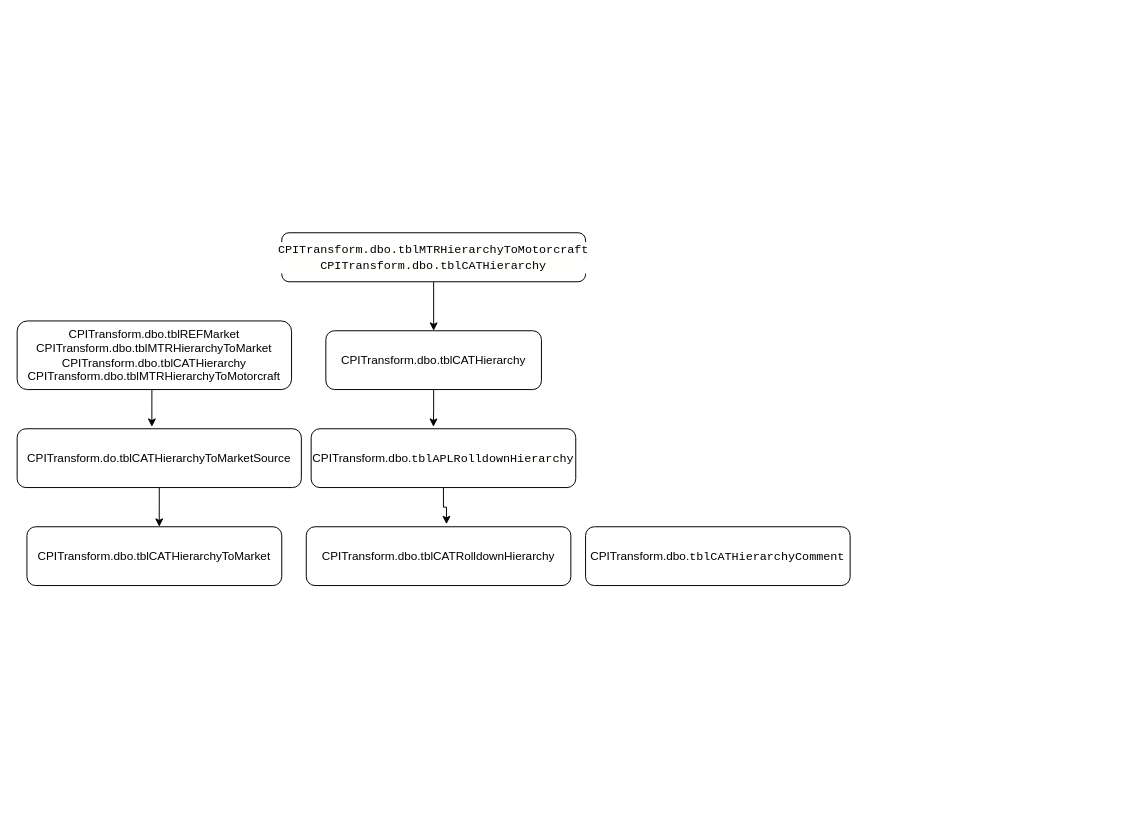
Earlier version of the draw.io diagram Untitled Diagram.drawio (kmalawska/test). Source tidied: cells renumbered, new cells numbered last; positions are measured from the earlier drawing's top-left corner, leaving out a move shared by most shapes. Both pictures are drawn from the tidied source at 98%, with x=0, y=0 at pixel (17, 232).
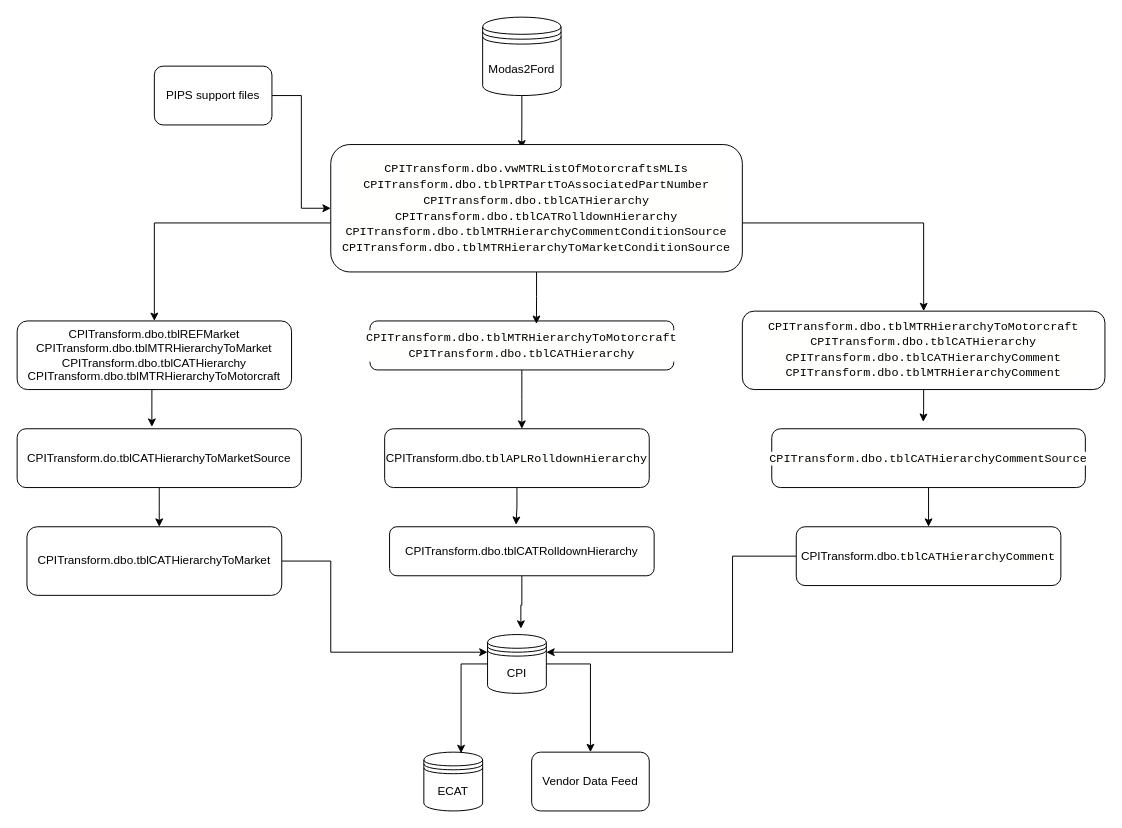
After the change.

Unchanged cells that the change refers to:
```xml
<mxCell id="8" value="CPITransform.dbo.tblREFMarket CPITransform.dbo.tblMTRHierarchyToMarket&lt;br&gt;CPITransform.dbo.tblCATHierarchy&lt;br&gt;CPITransform.dbo.tblMTRHierarchyToMotorcraft" style="rounded=1;whiteSpace=wrap;html=1;" parent="1" vertex="1">
  <mxGeometry y="90" width="280" height="70" as="geometry" />
</mxCell>
```

The edit, as a diff of the source:
```diff
@@
+    <mxCell id="15" style="edgeStyle=orthogonalEdgeStyle;rounded=0;jettySize=auto;html=1;entryX=0;entryY=0.3;entryDx=0;entryDy=0;" parent="1" edge="1" source="2" target="27">
+      <mxGeometry relative="1" as="geometry">
+        <Array as="points">
+          <mxPoint x="320" y="335" />
+          <mxPoint x="320" y="428" />
+        </Array>
+      </mxGeometry>
+    </mxCell>
     <mxCell id="2" value="CPITransform.dbo.tblCATHierarchyToMarket" style="rounded=1;whiteSpace=wrap;html=1;" parent="1" vertex="1">
-      <mxGeometry x="10" y="300" width="260" height="60" as="geometry" />
+      <mxGeometry x="10" y="300" width="260" height="70" as="geometry" />
     </mxCell>
+    <mxCell id="16" style="edgeStyle=orthogonalEdgeStyle;rounded=0;jettySize=auto;html=1;entryX=0.567;entryY=-0.1;entryDx=0;entryDy=0;entryPerimeter=0;" parent="1" edge="1" source="3" target="27">
+      <mxGeometry relative="1" as="geometry" />
+    </mxCell>
     <mxCell id="3" value="CPITransform.dbo.tblCATRolldownHierarchy" style="rounded=1;whiteSpace=wrap;html=1;" parent="1" vertex="1">
-      <mxGeometry x="295" y="300" width="270" height="60" as="geometry" />
+      <mxGeometry x="380" y="300" width="270" height="50" as="geometry" />
     </mxCell>
+    <mxCell id="17" style="edgeStyle=orthogonalEdgeStyle;rounded=0;jettySize=auto;html=1;entryX=1;entryY=0.3;entryDx=0;entryDy=0;" parent="1" edge="1" source="4" target="27">
+      <mxGeometry relative="1" as="geometry">
+        <Array as="points">
+          <mxPoint x="730" y="330" />
+          <mxPoint x="730" y="428" />
+        </Array>
+      </mxGeometry>
+    </mxCell>
     <mxCell id="4" value="CPITransform.dbo.&lt;span style=&quot;background-color: rgb(255 , 255 , 254) ; font-family: &amp;#34;consolas&amp;#34; , &amp;#34;courier new&amp;#34; , monospace&quot;&gt;tblCATHierarchyComment&lt;/span&gt;" style="rounded=1;whiteSpace=wrap;html=1;" parent="1" vertex="1">
-      <mxGeometry x="580" y="300" width="270" height="60" as="geometry" />
+      <mxGeometry x="795" y="300" width="270" height="60" as="geometry" />
     </mxCell>
@@
-    <mxCell id="9" style="edgeStyle=orthogonalEdgeStyle;rounded=0;jettySize=auto;html=1;entryX=0.53;entryY=-0.044;entryDx=0;entryDy=0;entryPerimeter=0;" parent="1" edge="1" source="10" target="3">
+    <mxCell id="9" style="edgeStyle=orthogonalEdgeStyle;rounded=0;jettySize=auto;html=1;entryX=0.478;entryY=-0.04;entryDx=0;entryDy=0;entryPerimeter=0;" parent="1" edge="1" source="10" target="3">
       <mxGeometry relative="1" as="geometry" />
     </mxCell>
     <mxCell id="10" value="CPITransform.dbo.&lt;span style=&quot;background-color: rgb(255 , 255 , 254) ; font-family: &amp;#34;consolas&amp;#34; , &amp;#34;courier new&amp;#34; , monospace&quot;&gt;tblAPLRolldownHierarchy&lt;/span&gt;" style="rounded=1;whiteSpace=wrap;html=1;" parent="1" vertex="1">
-      <mxGeometry x="300" y="200" width="270" height="60" as="geometry" />
+      <mxGeometry x="375" y="200" width="270" height="60" as="geometry" />
     </mxCell>
-    <mxCell id="11" style="edgeStyle=orthogonalEdgeStyle;rounded=0;jettySize=auto;html=1;entryX=0.462;entryY=-0.033;entryDx=0;entryDy=0;entryPerimeter=0;" parent="1" edge="1" source="12" target="10">
-      <mxGeometry relative="1" as="geometry" />
-    </mxCell>
-    <mxCell id="12" value="CPITransform.dbo.tblCATHierarchy" style="rounded=1;whiteSpace=wrap;html=1;" parent="1" vertex="1">
-      <mxGeometry x="315" y="100" width="220" height="60" as="geometry" />
-    </mxCell>
-    <mxCell id="13" style="edgeStyle=orthogonalEdgeStyle;rounded=0;jettySize=auto;html=1;entryX=0.5;entryY=0;entryDx=0;entryDy=0;" parent="1" edge="1" source="14" target="12">
-      <mxGeometry relative="1" as="geometry" />
-    </mxCell>
+    <mxCell id="18" style="edgeStyle=orthogonalEdgeStyle;rounded=0;jettySize=auto;html=1;" parent="1" edge="1" source="14">
+      <mxGeometry relative="1" as="geometry">
+        <mxPoint x="515" y="200" as="targetPoint" />
+      </mxGeometry>
+    </mxCell>
     <mxCell id="14" value="&lt;div style=&quot;background-color: rgb(255 , 255 , 254) ; font-family: &amp;#34;consolas&amp;#34; , &amp;#34;courier new&amp;#34; , monospace ; line-height: 16px&quot;&gt;CPITransform.dbo.tblMTRHierarchyToMotorcraft&lt;/div&gt;&lt;div style=&quot;background-color: rgb(255 , 255 , 254) ; font-family: &amp;#34;consolas&amp;#34; , &amp;#34;courier new&amp;#34; , monospace ; line-height: 16px&quot;&gt;&lt;div style=&quot;line-height: 16px&quot;&gt;CPITransform.dbo.tblCATHierarchy&lt;/div&gt;&lt;/div&gt;" style="rounded=1;whiteSpace=wrap;html=1;" parent="1" vertex="1">
-      <mxGeometry x="270" width="310" height="50" as="geometry" />
+      <mxGeometry x="360" y="90" width="310" height="50" as="geometry" />
     </mxCell>
+    <mxCell id="19" style="edgeStyle=orthogonalEdgeStyle;rounded=0;jettySize=auto;html=1;entryX=0.483;entryY=-0.117;entryDx=0;entryDy=0;entryPerimeter=0;" parent="1" edge="1" source="20" target="22">
+      <mxGeometry relative="1" as="geometry" />
+    </mxCell>
+    <mxCell id="20" value="&lt;span style=&quot;font-family: &amp;#34;consolas&amp;#34; , &amp;#34;courier new&amp;#34; , monospace ; background-color: rgb(255 , 255 , 254)&quot;&gt;CPITransform.dbo.&lt;/span&gt;&lt;span style=&quot;background-color: rgb(255 , 255 , 254) ; font-family: &amp;#34;consolas&amp;#34; , &amp;#34;courier new&amp;#34; , monospace&quot;&gt;tblMTRHierarchyToMotorcraft&lt;/span&gt;&lt;span style=&quot;font-family: &amp;#34;consolas&amp;#34; , &amp;#34;courier new&amp;#34; , monospace ; background-color: rgb(255 , 255 , 254)&quot;&gt;&lt;br&gt;&lt;/span&gt;&lt;div style=&quot;background-color: rgb(255 , 255 , 254) ; font-family: &amp;#34;consolas&amp;#34; , &amp;#34;courier new&amp;#34; , monospace ; line-height: 16px&quot;&gt;&lt;div style=&quot;font-family: &amp;#34;consolas&amp;#34; , &amp;#34;courier new&amp;#34; , monospace ; line-height: 16px&quot;&gt;CPITransform.dbo.tblCATHierarchy&lt;/div&gt;&lt;div style=&quot;font-family: &amp;#34;consolas&amp;#34; , &amp;#34;courier new&amp;#34; , monospace ; line-height: 16px&quot;&gt;&lt;div style=&quot;font-family: &amp;#34;consolas&amp;#34; , &amp;#34;courier new&amp;#34; , monospace ; line-height: 16px&quot;&gt;CPITransform.dbo.tblCATHierarchyComment&lt;/div&gt;&lt;/div&gt;&lt;div style=&quot;font-family: &amp;#34;consolas&amp;#34; , &amp;#34;courier new&amp;#34; , monospace ; line-height: 16px&quot;&gt;&lt;div style=&quot;line-height: 16px&quot;&gt;CPITransform.dbo.tblMTRHierarchyComment&lt;/div&gt;&lt;/div&gt;&lt;/div&gt;" style="rounded=1;whiteSpace=wrap;html=1;" parent="1" vertex="1">
+      <mxGeometry x="740" y="80" width="370" height="80" as="geometry" />
+    </mxCell>
+    <mxCell id="21" style="edgeStyle=orthogonalEdgeStyle;rounded=0;jettySize=auto;html=1;" parent="1" edge="1" source="22" target="4">
+      <mxGeometry relative="1" as="geometry" />
+    </mxCell>
+    <mxCell id="22" value="&lt;span style=&quot;font-family: &amp;#34;consolas&amp;#34; , &amp;#34;courier new&amp;#34; , monospace ; background-color: rgb(255 , 255 , 254)&quot;&gt;CPITransform.dbo.&lt;/span&gt;&lt;span style=&quot;background-color: rgb(255 , 255 , 254) ; font-family: &amp;#34;consolas&amp;#34; , &amp;#34;courier new&amp;#34; , monospace&quot;&gt;tblCATHierarchyCommentSource&lt;/span&gt;&lt;span style=&quot;font-family: &amp;#34;consolas&amp;#34; , &amp;#34;courier new&amp;#34; , monospace ; background-color: rgb(255 , 255 , 254)&quot;&gt;&lt;br&gt;&lt;/span&gt;" style="rounded=1;whiteSpace=wrap;html=1;" parent="1" vertex="1">
+      <mxGeometry x="770" y="200" width="320" height="60" as="geometry" />
+    </mxCell>
+    <mxCell id="23" style="edgeStyle=orthogonalEdgeStyle;rounded=0;jettySize=auto;html=1;entryX=0.464;entryY=0.031;entryDx=0;entryDy=0;entryPerimeter=0;" parent="1" edge="1" source="24" target="35">
+      <mxGeometry relative="1" as="geometry" />
+    </mxCell>
+    <mxCell id="24" value="Modas2Ford" style="shape=datastore;whiteSpace=wrap;html=1;" parent="1" vertex="1">
+      <mxGeometry x="475" y="-220" width="80" height="80" as="geometry" />
+    </mxCell>
+    <mxCell id="25" style="edgeStyle=orthogonalEdgeStyle;rounded=0;jettySize=auto;html=1;entryX=0.633;entryY=0.017;entryDx=0;entryDy=0;entryPerimeter=0;" parent="1" edge="1" source="27" target="28">
+      <mxGeometry relative="1" as="geometry" />
+    </mxCell>
+    <mxCell id="26" style="edgeStyle=orthogonalEdgeStyle;rounded=0;jettySize=auto;html=1;" parent="1" edge="1" source="27" target="29">
+      <mxGeometry relative="1" as="geometry">
+        <Array as="points">
+          <mxPoint x="585" y="440" />
+        </Array>
+      </mxGeometry>
+    </mxCell>
+    <mxCell id="27" value="CPI" style="shape=datastore;whiteSpace=wrap;html=1;" parent="1" vertex="1">
+      <mxGeometry x="480" y="410" width="60" height="60" as="geometry" />
+    </mxCell>
+    <mxCell id="28" value="ECAT" style="shape=datastore;whiteSpace=wrap;html=1;" parent="1" vertex="1">
+      <mxGeometry x="415" y="530" width="60" height="60" as="geometry" />
+    </mxCell>
+    <mxCell id="29" value="Vendor Data Feed" style="rounded=1;whiteSpace=wrap;html=1;" parent="1" vertex="1">
+      <mxGeometry x="525" y="530" width="120" height="60" as="geometry" />
+    </mxCell>
+    <mxCell id="30" style="edgeStyle=orthogonalEdgeStyle;rounded=0;jettySize=auto;html=1;entryX=0;entryY=0.5;entryDx=0;entryDy=0;" parent="1" edge="1" source="31" target="35">
+      <mxGeometry relative="1" as="geometry" />
+    </mxCell>
+    <mxCell id="31" value="PIPS support files" style="rounded=1;whiteSpace=wrap;html=1;" parent="1" vertex="1">
+      <mxGeometry x="140" y="-170" width="120" height="60" as="geometry" />
+    </mxCell>
+    <mxCell id="32" style="edgeStyle=orthogonalEdgeStyle;rounded=0;jettySize=auto;html=1;entryX=0.548;entryY=0.06;entryDx=0;entryDy=0;entryPerimeter=0;" parent="1" edge="1" source="35" target="14">
+      <mxGeometry relative="1" as="geometry" />
+    </mxCell>
+    <mxCell id="33" style="edgeStyle=orthogonalEdgeStyle;rounded=0;jettySize=auto;html=1;" parent="1" edge="1" source="35" target="8">
+      <mxGeometry relative="1" as="geometry">
+        <Array as="points">
+          <mxPoint x="140" y="-10" />
+        </Array>
+      </mxGeometry>
+    </mxCell>
+    <mxCell id="34" style="edgeStyle=orthogonalEdgeStyle;rounded=0;jettySize=auto;html=1;entryX=0.5;entryY=0;entryDx=0;entryDy=0;" parent="1" edge="1" source="35" target="20">
+      <mxGeometry relative="1" as="geometry">
+        <Array as="points">
+          <mxPoint x="925" y="-10" />
+        </Array>
+      </mxGeometry>
+    </mxCell>
+    <mxCell id="35" value="&lt;div style=&quot;background-color: rgb(255 , 255 , 254) ; font-family: &amp;#34;consolas&amp;#34; , &amp;#34;courier new&amp;#34; , monospace ; line-height: 16px&quot;&gt;CPITransform.dbo.vwMTRListOfMotorcraftsMLIs&lt;/div&gt;&lt;div style=&quot;background-color: rgb(255 , 255 , 254) ; font-family: &amp;#34;consolas&amp;#34; , &amp;#34;courier new&amp;#34; , monospace ; line-height: 16px&quot;&gt;&lt;div style=&quot;font-family: &amp;#34;consolas&amp;#34; , &amp;#34;courier new&amp;#34; , monospace ; line-height: 16px&quot;&gt;CPITransform.dbo.tblPRTPartToAssociatedPartNumber&lt;/div&gt;&lt;div style=&quot;font-family: &amp;#34;consolas&amp;#34; , &amp;#34;courier new&amp;#34; , monospace ; line-height: 16px&quot;&gt;&lt;div style=&quot;line-height: 16px&quot;&gt;CPITransform.dbo.tblCATHierarchy&lt;/div&gt;&lt;div style=&quot;line-height: 16px&quot;&gt;&lt;div style=&quot;line-height: 16px&quot;&gt;CPITransform.dbo.tblCATRolldownHierarchy&lt;/div&gt;&lt;div style=&quot;line-height: 16px&quot;&gt;&lt;div style=&quot;line-height: 16px&quot;&gt;CPITransform.dbo.tblMTRHierarchyCommentConditionSource&lt;/div&gt;&lt;div style=&quot;line-height: 16px&quot;&gt;&lt;div style=&quot;line-height: 16px&quot;&gt;CPITransform.dbo.tblMTRHierarchyToMarketConditionSource&lt;/div&gt;&lt;/div&gt;&lt;/div&gt;&lt;/div&gt;&lt;/div&gt;&lt;/div&gt;" style="rounded=1;whiteSpace=wrap;html=1;" parent="1" vertex="1">
+      <mxGeometry x="320" y="-90" width="420" height="130" as="geometry" />
+    </mxCell>
```
